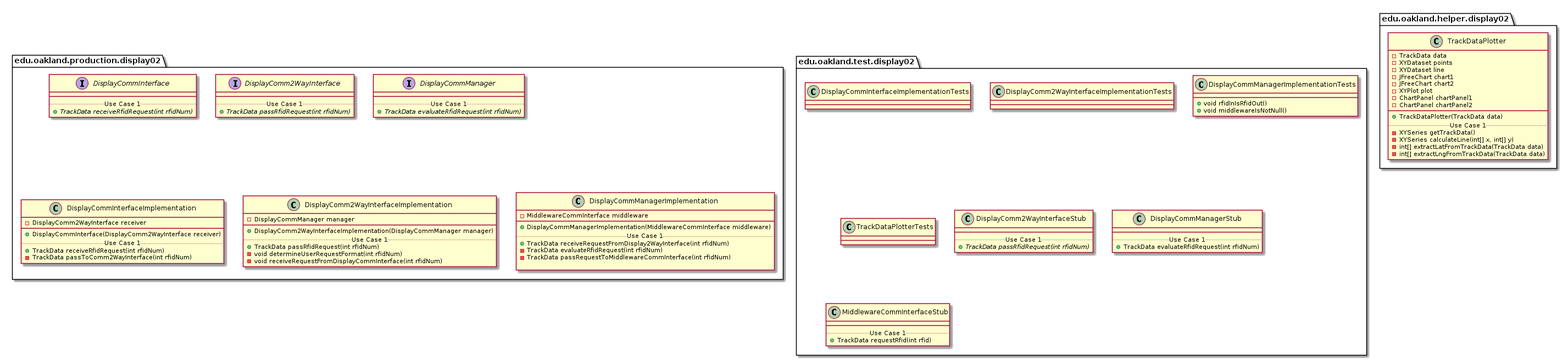
The PlantUML diagram docs/uml-class-diagrams/display02/Display02Packages.png in andrewdimmer/csi-3370-software-project, before a commit.
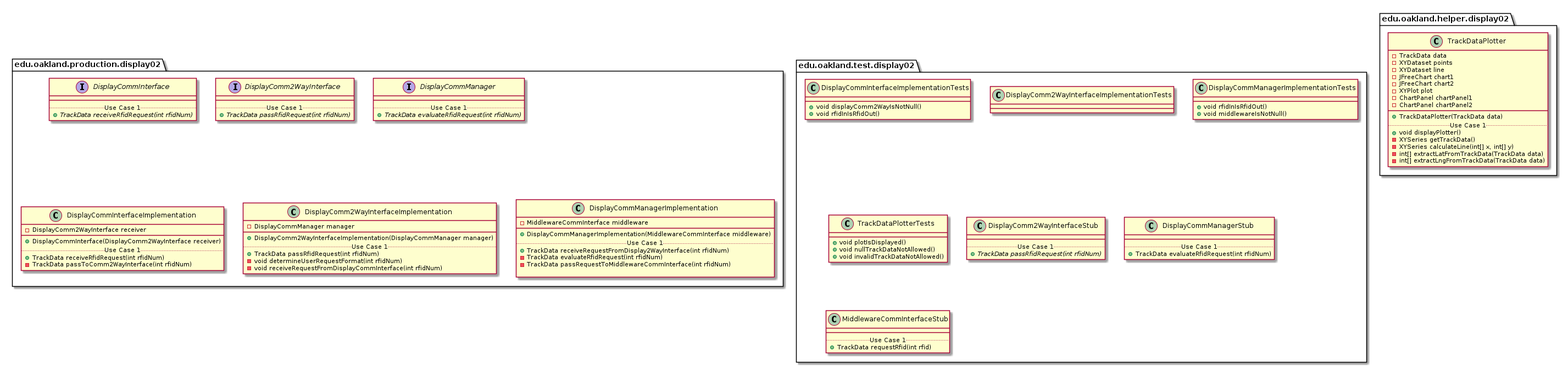
After the commit.

Change to the diagram source:
```diff
@@ -80,6 +80,8 @@
 
 package edu.oakland.test.display02 {
     class DisplayCommInterfaceImplementationTests {
+        + void displayComm2WayIsNotNull()
+        + void rfidInIsRfidOut()
 
     }
 }
@@ -102,7 +104,9 @@
 
 package edu.oakland.test.display02 {
     class TrackDataPlotterTests {
-
+        + void plotIsDisplayed()
+        + void nullTrackDataNotAllowed()
+        + void invalidTrackDataNotAllowed()
     }
 }
 
@@ -153,6 +157,7 @@
         __
         + TrackDataPlotter(TrackData data)
         .. Use Case 1 ..
+        + void displayPlotter()
         - XYSeries getTrackData()
         - XYSeries calculateLine(int[] x, int[] y)
         - int[] extractLatFromTrackData(TrackData data)
```
